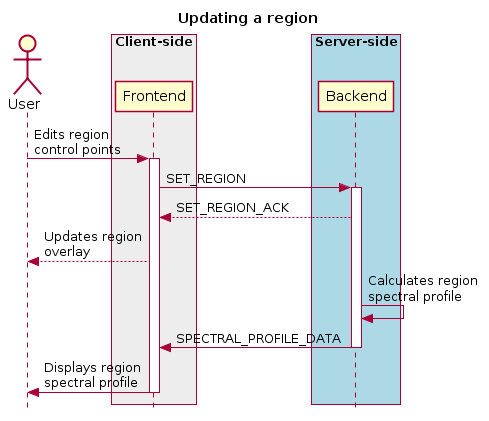
CARTAvis/carta-protobuf keeps this PlantUML diagram as docs/images/image20.png. Above is the earlier version. Source of this version:
```plantuml
@startuml
skinparam style strictuml
hide footbox
title Updating a region

actor User
box "Client-side" #EDEDED
        participant Frontend
end box

box "Server-side" #lightblue
	participant Backend
end box
User -> Frontend: Edits region\ncontrol points
activate Frontend
Frontend -> Backend : SET_REGION
activate Backend
Frontend <-- Backend : SET_REGION_ACK
User <-- Frontend: Updates region\noverlay
Backend <- Backend : Calculates region\nspectral profile
Frontend <- Backend : SPECTRAL_PROFILE_DATA
deactivate Backend
User <- Frontend : Displays region\nspectral profile
deactivate Frontend
@enduml
```
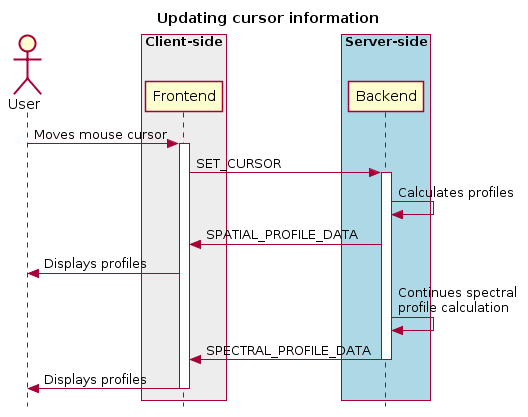
Above is the later version.

Change to the diagram source:
```diff
@@ -1,7 +1,7 @@
 @startuml
 skinparam style strictuml
 hide footbox
-title Updating a region
+title Updating cursor information
 
 actor User
 box "Client-side" #EDEDED
@@ -11,15 +11,16 @@
 box "Server-side" #lightblue
 	participant Backend
 end box
-User -> Frontend: Edits region\ncontrol points
+User -> Frontend: Moves mouse cursor
 activate Frontend
-Frontend -> Backend : SET_REGION
+Frontend -> Backend : SET_CURSOR
 activate Backend
-Frontend <-- Backend : SET_REGION_ACK
-User <-- Frontend: Updates region\noverlay
-Backend <- Backend : Calculates region\nspectral profile
+Backend <- Backend : Calculates profiles
+Frontend <- Backend : SPATIAL_PROFILE_DATA
+User <- Frontend : Displays profiles
+Backend <- Backend : Continues spectral\nprofile calculation
 Frontend <- Backend : SPECTRAL_PROFILE_DATA
 deactivate Backend
-User <- Frontend : Displays region\nspectral profile
+User <- Frontend : Displays profiles
 deactivate Frontend
 @enduml
```
